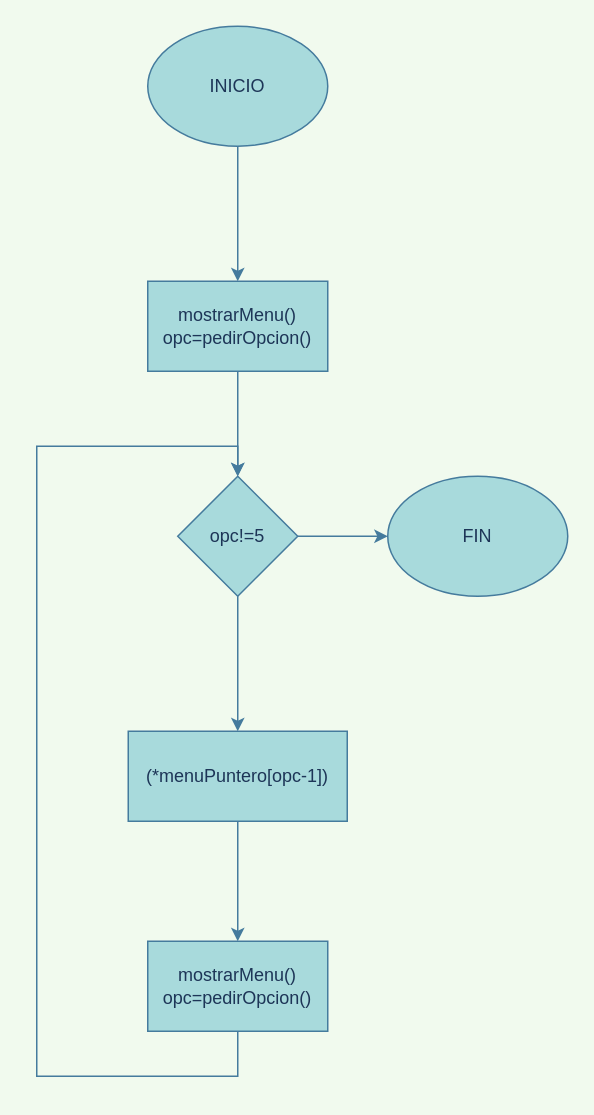
This is page "menuFacturacion" (1 of 2) of ProyectoCXabierGarrote/ProyectoCXabierGarrote/PrincipalC.drawio from xabier100/PROGRAMACION_Proyecto_Servicios, a draw.io file, before an edit. Source tidied: cells renumbered, new cells numbered last; positions are measured from the earlier drawing's top-left corner, leaving out a move shared by most shapes. Both pictures are drawn from the tidied source at 150%, with x=0, y=0 at pixel (36, 26).
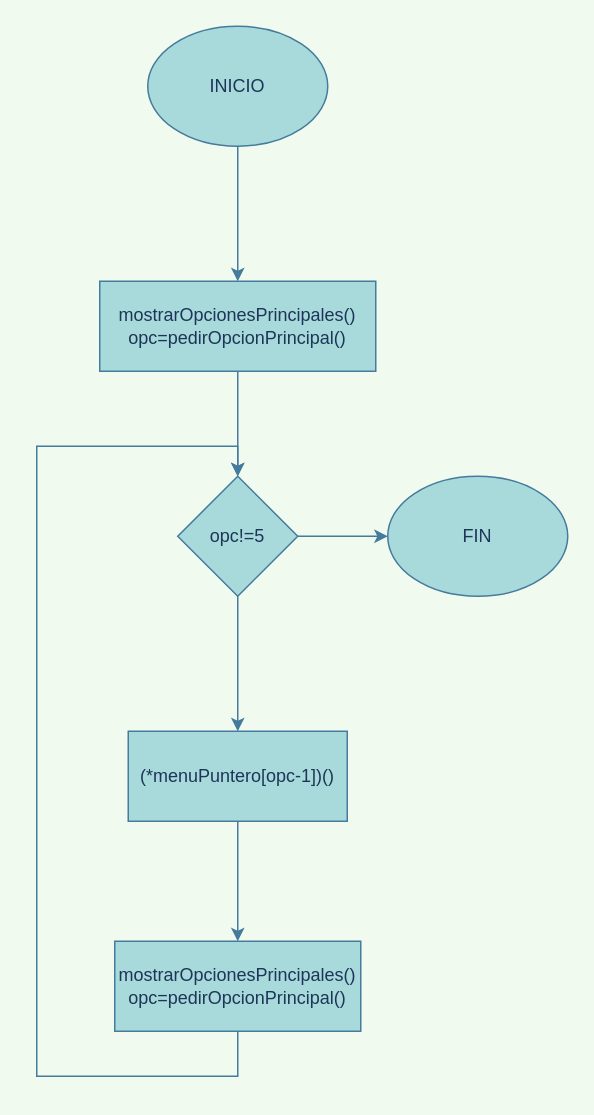
Above is the later version.

Change to the diagram source:
```diff
@@
 <mxGraphModel background="#F1FAEE">
   <root>
     <mxCell id="0" />
     <mxCell id="1" parent="0" />
     <mxCell id="2" style="edgeStyle=orthogonalEdgeStyle;rounded=0;jettySize=auto;html=1;labelBackgroundColor=#F1FAEE;strokeColor=#457B9D;fontColor=#1D3557;" parent="1" edge="1" source="3" target="5">
       <mxGeometry relative="1" as="geometry" />
     </mxCell>
     <mxCell id="3" value="INICIO" style="ellipse;whiteSpace=wrap;html=1;fillColor=#A8DADC;strokeColor=#457B9D;fontColor=#1D3557;" parent="1" vertex="1">
       <mxGeometry x="74" width="120" height="80" as="geometry" />
     </mxCell>
     <mxCell id="4" style="edgeStyle=orthogonalEdgeStyle;rounded=0;jettySize=auto;html=1;labelBackgroundColor=#F1FAEE;strokeColor=#457B9D;fontColor=#1D3557;" parent="1" edge="1" source="5" target="8">
       <mxGeometry relative="1" as="geometry" />
     </mxCell>
-    <mxCell id="5" value="mostrarMenu()&lt;br&gt;opc=pedirOpcion()" style="whiteSpace=wrap;html=1;fillColor=#A8DADC;strokeColor=#457B9D;fontColor=#1D3557;" parent="1" vertex="1">
-      <mxGeometry x="74" y="170" width="120" height="60" as="geometry" />
+    <mxCell id="5" value="mostrarOpcionesPrincipales()&lt;br&gt;opc=pedirOpcionPrincipal()" style="whiteSpace=wrap;html=1;fillColor=#A8DADC;strokeColor=#457B9D;fontColor=#1D3557;" parent="1" vertex="1">
+      <mxGeometry x="42" y="170" width="184" height="60" as="geometry" />
     </mxCell>
     <mxCell id="6" style="edgeStyle=orthogonalEdgeStyle;rounded=0;jettySize=auto;html=1;labelBackgroundColor=#F1FAEE;strokeColor=#457B9D;fontColor=#1D3557;" parent="1" edge="1" source="8" target="10">
       <mxGeometry relative="1" as="geometry" />
     </mxCell>
     <mxCell id="7" style="edgeStyle=orthogonalEdgeStyle;rounded=0;jettySize=auto;html=1;labelBackgroundColor=#F1FAEE;strokeColor=#457B9D;fontColor=#1D3557;" parent="1" edge="1" source="8" target="13">
       <mxGeometry relative="1" as="geometry" />
     </mxCell>
     <mxCell id="8" value="opc!=5" style="rhombus;whiteSpace=wrap;html=1;fillColor=#A8DADC;strokeColor=#457B9D;fontColor=#1D3557;" parent="1" vertex="1">
       <mxGeometry x="94" y="300" width="80" height="80" as="geometry" />
     </mxCell>
     <mxCell id="9" style="edgeStyle=orthogonalEdgeStyle;rounded=0;jettySize=auto;html=1;labelBackgroundColor=#F1FAEE;strokeColor=#457B9D;fontColor=#1D3557;" parent="1" edge="1" source="10" target="12">
       <mxGeometry relative="1" as="geometry" />
     </mxCell>
-    <mxCell id="10" value="(*menuPuntero[opc-1])" style="whiteSpace=wrap;html=1;fillColor=#A8DADC;strokeColor=#457B9D;fontColor=#1D3557;" parent="1" vertex="1">
+    <mxCell id="10" value="(*menuPuntero[opc-1])()" style="whiteSpace=wrap;html=1;fillColor=#A8DADC;strokeColor=#457B9D;fontColor=#1D3557;" parent="1" vertex="1">
       <mxGeometry x="61" y="470" width="146" height="60" as="geometry" />
     </mxCell>
     <mxCell id="11" style="edgeStyle=orthogonalEdgeStyle;rounded=0;jettySize=auto;html=1;entryX=0.5;entryY=0;entryDx=0;entryDy=0;labelBackgroundColor=#F1FAEE;strokeColor=#457B9D;fontColor=#1D3557;" parent="1" edge="1" source="12" target="8">
       <mxGeometry relative="1" as="geometry">
         <Array as="points">
           <mxPoint x="134" y="700" />
           <mxPoint y="700" />
           <mxPoint y="280" />
           <mxPoint x="134" y="280" />
         </Array>
       </mxGeometry>
     </mxCell>
-    <mxCell id="12" value="mostrarMenu()&lt;br&gt;opc=pedirOpcion()" style="whiteSpace=wrap;html=1;fillColor=#A8DADC;strokeColor=#457B9D;fontColor=#1D3557;" parent="1" vertex="1">
-      <mxGeometry x="74" y="610" width="120" height="60" as="geometry" />
+    <mxCell id="12" value="mostrarOpcionesPrincipales()&lt;br&gt;opc=pedirOpcionPrincipal()" style="whiteSpace=wrap;html=1;fillColor=#A8DADC;strokeColor=#457B9D;fontColor=#1D3557;" parent="1" vertex="1">
+      <mxGeometry x="52" y="610" width="164" height="60" as="geometry" />
     </mxCell>
     <mxCell id="13" value="FIN" style="ellipse;whiteSpace=wrap;html=1;fillColor=#A8DADC;strokeColor=#457B9D;fontColor=#1D3557;" parent="1" vertex="1">
       <mxGeometry x="234" y="300" width="120" height="80" as="geometry" />
     </mxCell>
   </root>
 </mxGraphModel>
```
